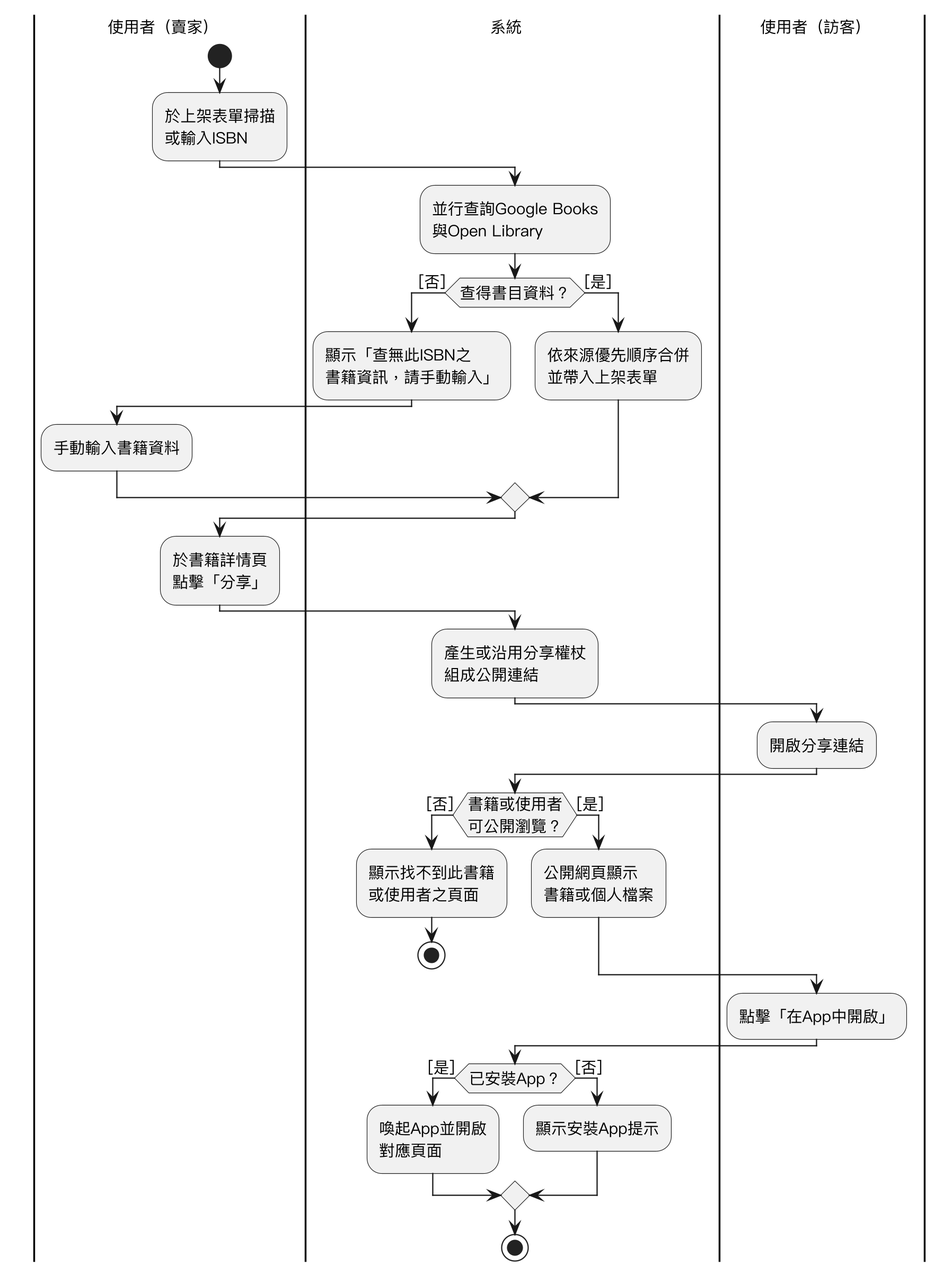
The PlantUML diagram Diagrams/Activity diagram/v3/uc24.png in SaveMyBook/SaveMyBook, before a commit.
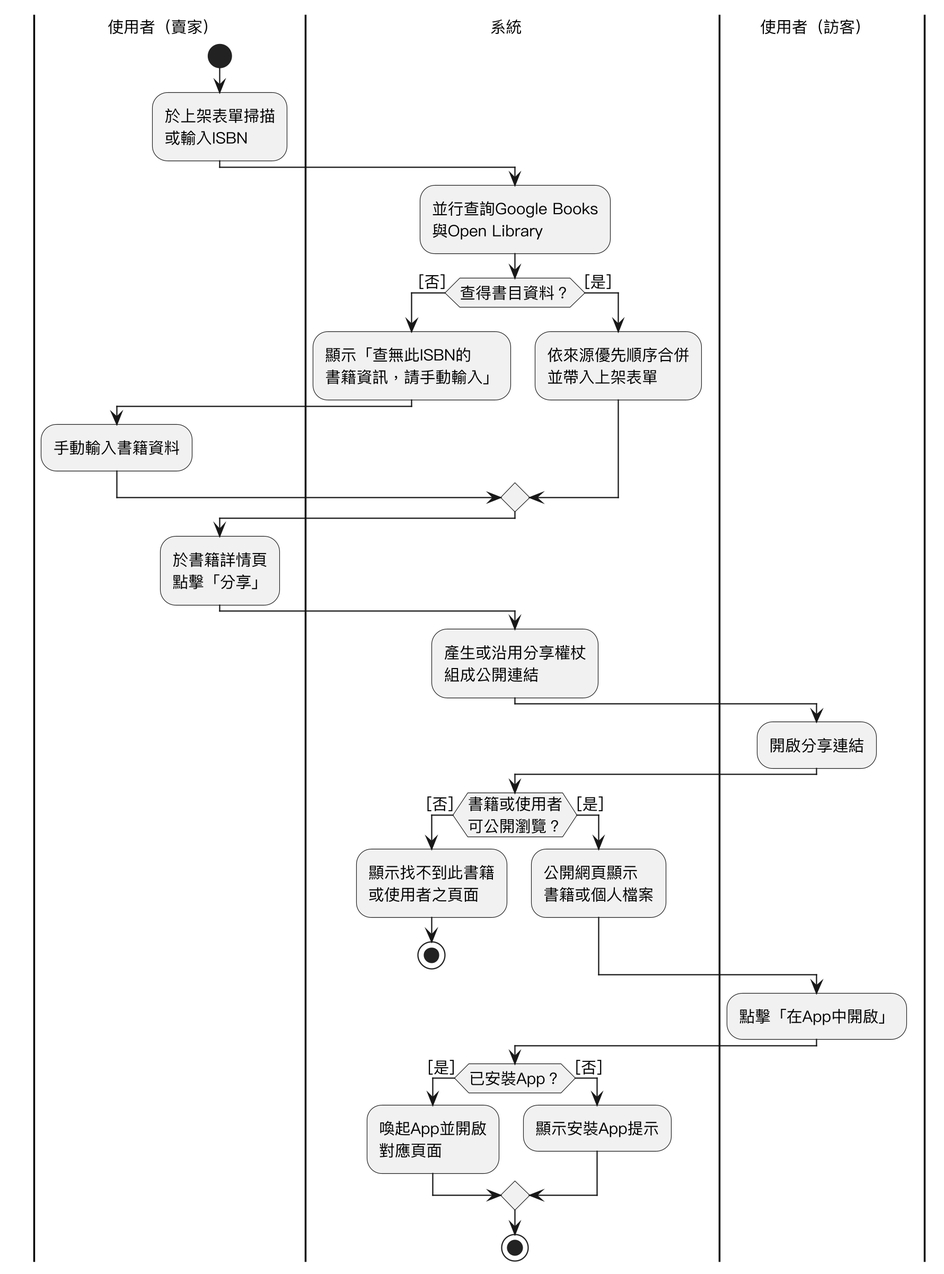
Later version of the same file.

Change to the diagram source:
```diff
@@ -11,7 +11,7 @@
 |系統|
 :並行查詢Google Books\n與Open Library;
 if (查得書目資料？) then ([否])
-  :顯示「查無此ISBN之\n書籍資訊，請手動輸入」;
+  :顯示「查無此ISBN的\n書籍資訊，請手動輸入」;
   |使用者（賣家）|
   :手動輸入書籍資料;
 else ([是])
```
